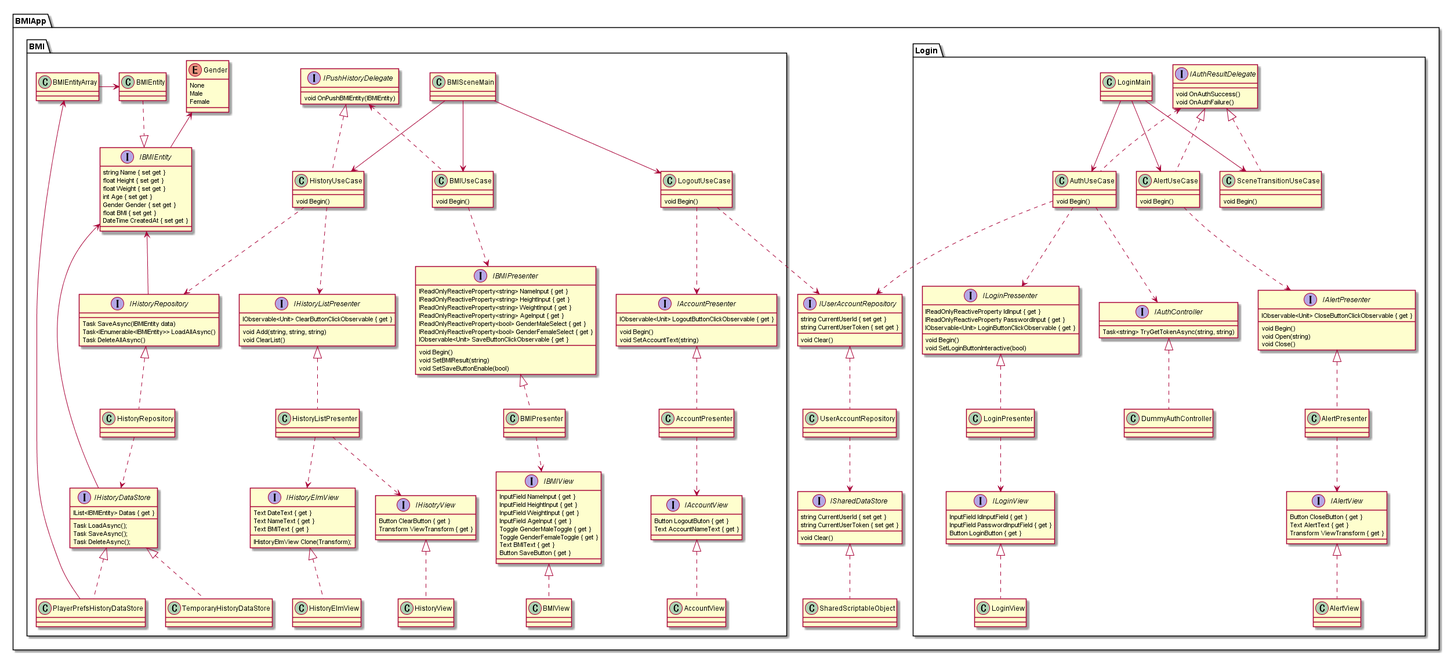
Earlier version of the PlantUML export doc/ca.png (naninunenoy/UnityViewPatterns).
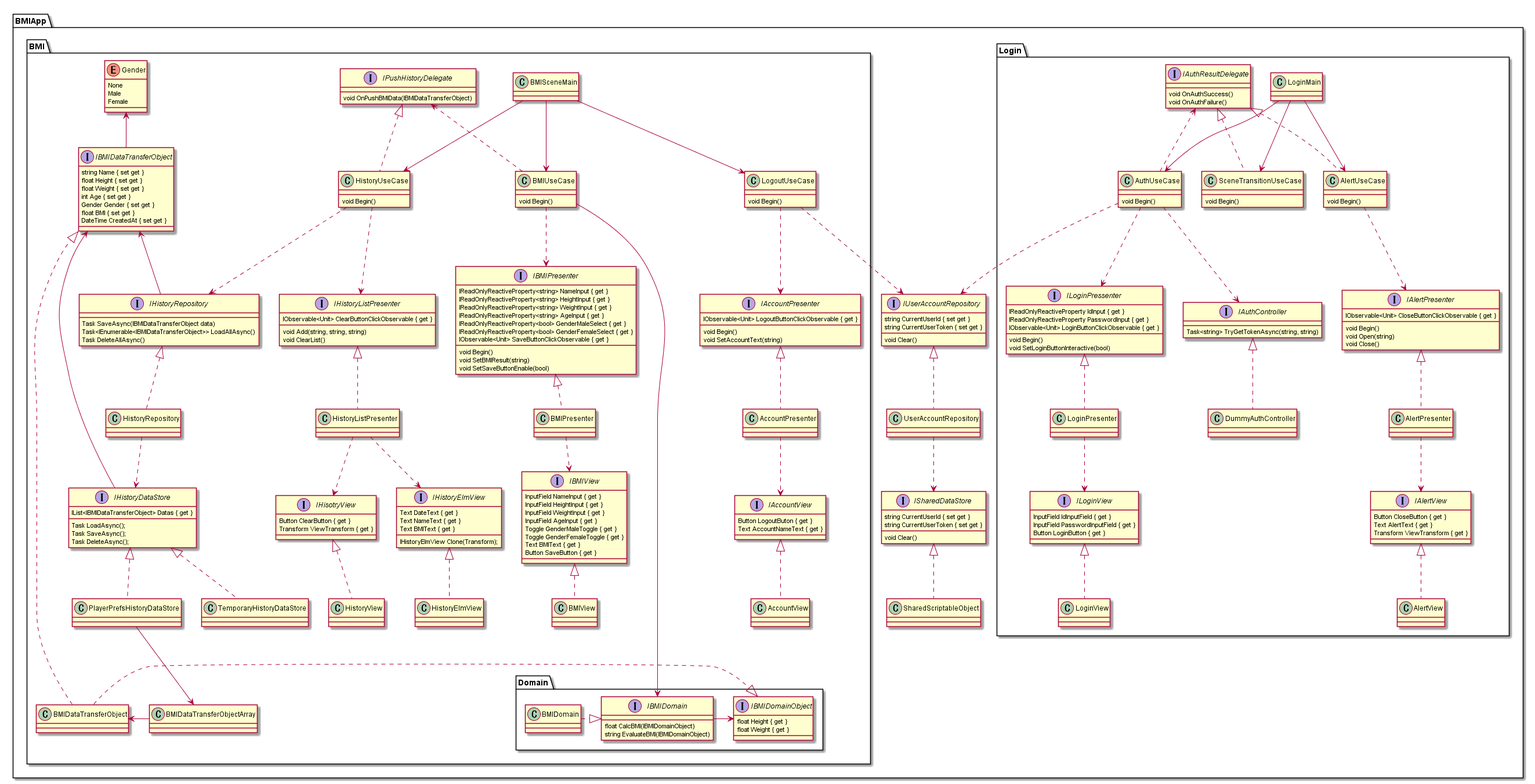
After the change.

What changed in the source:
```diff
@@ -60,7 +60,18 @@
             void Begin()
         }
         interface IPushHistoryDelegate {
-            void OnPushBMIEntity(IBMIEntity)
+            void OnPushBMIData(IBMIDataTransferObject)
+        }
+        package Domain {
+            interface IBMIDomainObject {
+                float Height { get }
+                float Weight { get }
+            }
+            interface IBMIDomain {
+                float CalcBMI(IBMIDomainObject)
+                string EvaluateBMI(IBMIDomainObject)
+            }
+            class BMIDomain
         }
         interface IBMIPresenter {
             IReadOnlyReactiveProperty<string> NameInput { get }
@@ -120,7 +131,7 @@
             Male
             Female
         }
-        interface IBMIEntity {
+        interface IBMIDataTransferObject {
             string Name { set get }
             float Height { set get }
             float Weight { set get }
@@ -129,16 +140,16 @@
             float BMI { set get }
             DateTime CreatedAt { set get }
         }
-        class BMIEntity
-        class BMIEntityArray
+        class BMIDataTransferObject
+        class BMIDataTransferObjectArray
         interface IHistoryRepository {
-            Task SaveAsync(IBMIEntity data)
-            Task<IEnumerable<IBMIEntity>> LoadAllAsync()
+            Task SaveAsync(IBMIDataTransferObject data)
+            Task<IEnumerable<IBMIDataTransferObject>> LoadAllAsync()
             Task DeleteAllAsync()
         }
         class HistoryRepository
         interface IHistoryDataStore {
-            IList<IBMIEntity> Datas { get }
+            IList<IBMIDataTransferObject> Datas { get }
             Task LoadAsync();
             Task SaveAsync();
             Task DeleteAsync();
@@ -189,12 +200,17 @@
 BMISceneMain -down-> HistoryUseCase
 BMISceneMain -down-> LogoutUseCase
 
-IBMIEntity -up-> Gender
-BMIEntity .down.|> IBMIEntity
-IHistoryDataStore -up-> IBMIEntity
-IHistoryRepository -up-> IBMIEntity
-BMIEntityArray -right-> BMIEntity
-PlayerPrefsHistoryDataStore ---> BMIEntityArray
+BMIDomain .|> IBMIDomain
+IBMIDomain -> IBMIDomainObject
+BMIUseCase -> IBMIDomain
+BMIDataTransferObject .|> IBMIDomainObject
+
+IBMIDataTransferObject -up-> Gender
+BMIDataTransferObject .down.|> IBMIDataTransferObject
+IHistoryDataStore -up-> IBMIDataTransferObject
+IHistoryRepository -up-> IBMIDataTransferObject
+BMIDataTransferObjectArray -right-> BMIDataTransferObject
+PlayerPrefsHistoryDataStore ---> BMIDataTransferObjectArray
 
 BMIUseCase .up.> IPushHistoryDelegate
 BMIUseCase .down.> IBMIPresenter
@@ -222,4 +238,6 @@
 AccountView .up.|> IAccountView
 
 IAccountPresenter -[hidden]left-> IHistoryRepository
+BMISceneMain -[hidden]right-> IBMIDataTransferObject
+BMISceneMain -[hidden]right-> IBMIDomain
 @enduml
```
